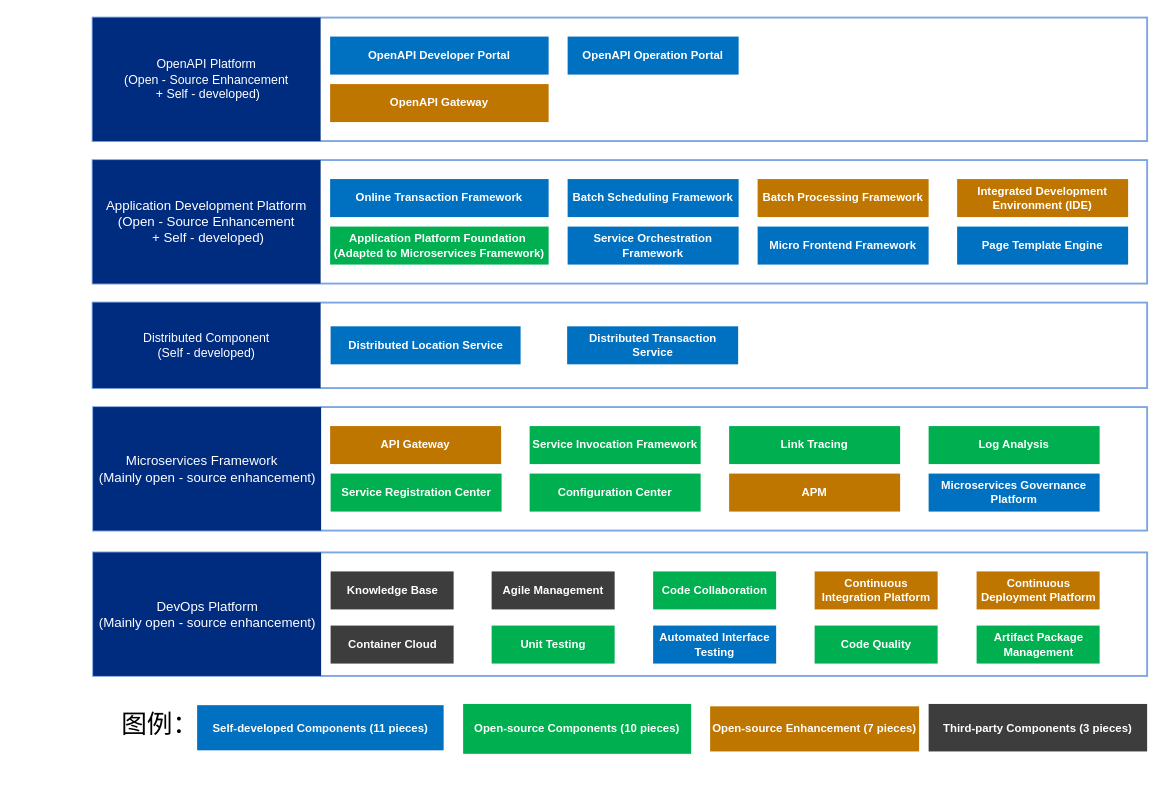
Above: 押品中心.drawio in paidaxingz/draw.io (draw.io), before the change. Source tidied: cells renumbered, new cells numbered last; positions are measured from the earlier drawing's top-left corner, leaving out a move shared by most shapes. Both pictures are drawn from the tidied source at 95%, with x=0, y=0 at pixel (92, 17).
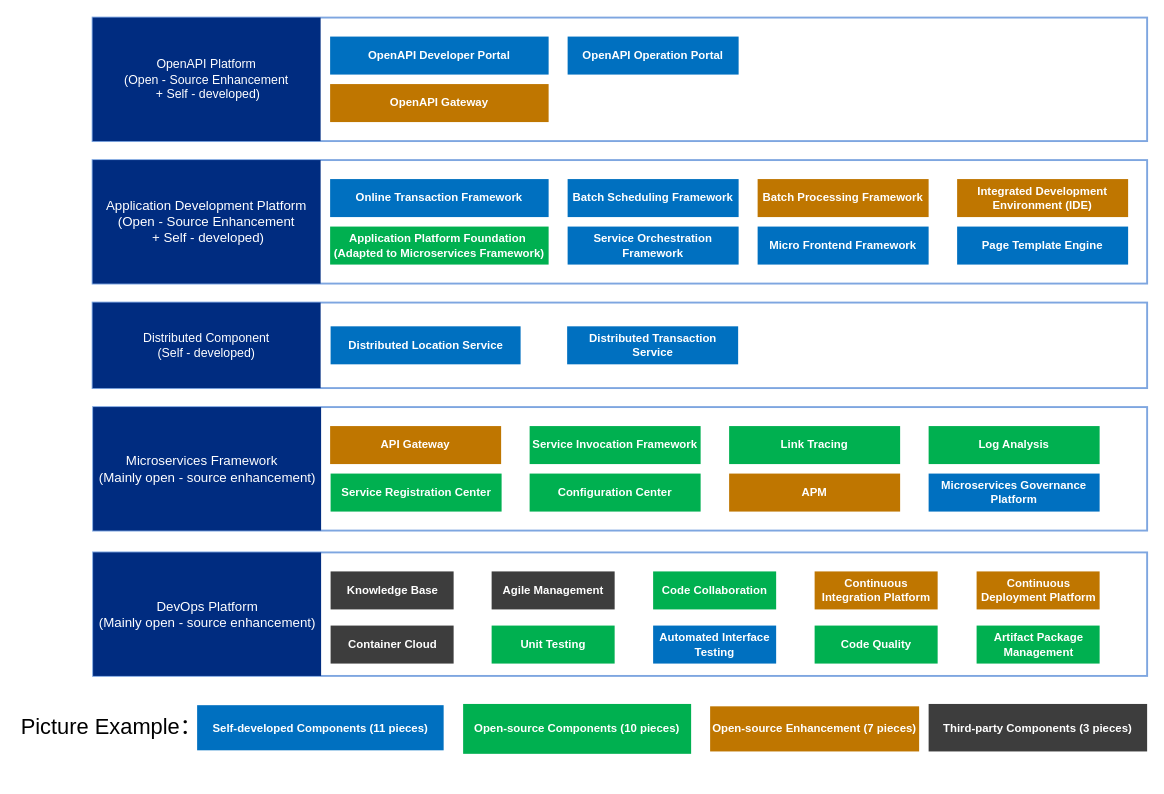
After the change.

Commit message (it also covers changes not shown here):
更新押品中心.drawio

Diff of the diagram source:
```diff
@@
-    <mxCell id="43" value="图例：" style="text;html=1;align=center;verticalAlign=middle;whiteSpace=wrap;rounded=0;fontSize=27;" parent="1" vertex="1">
-      <mxGeometry x="0.5" y="720" width="140" height="50" as="geometry" />
+    <mxCell id="43" value="Picture Example：" style="text;html=1;align=center;verticalAlign=middle;whiteSpace=wrap;rounded=0;fontSize=23;" parent="1" vertex="1">
+      <mxGeometry x="-80" y="693" width="200" height="107.5" as="geometry" />
     </mxCell>
```
